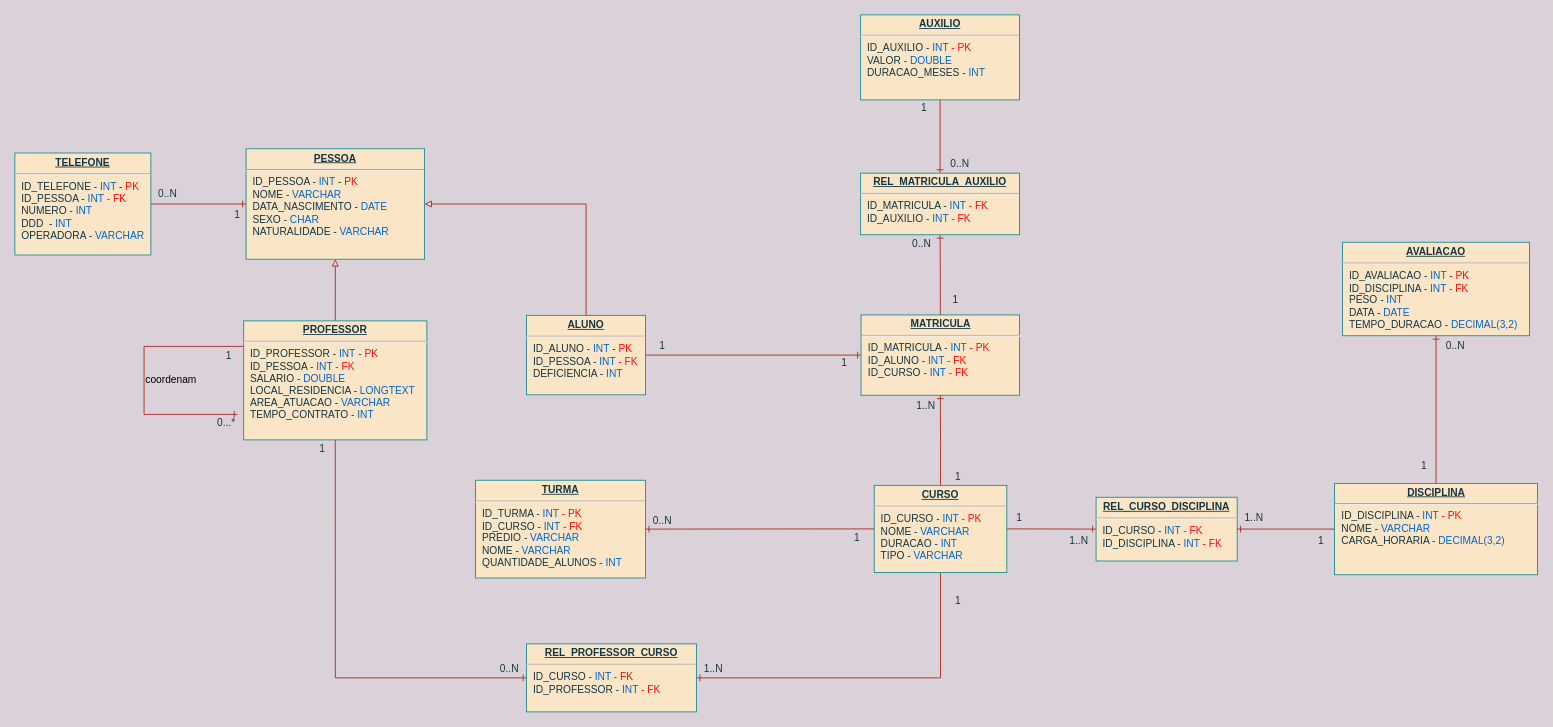
Above: modelagemUniversidade.drawio in maxbarboz/modelagemUniversidade (draw.io), before the change. Source tidied: cells renumbered, new cells numbered last; positions are measured from the earlier drawing's top-left corner, leaving out a move shared by most shapes. Both pictures are drawn from the tidied source at 85%, with x=0, y=0 at pixel (14, 14).
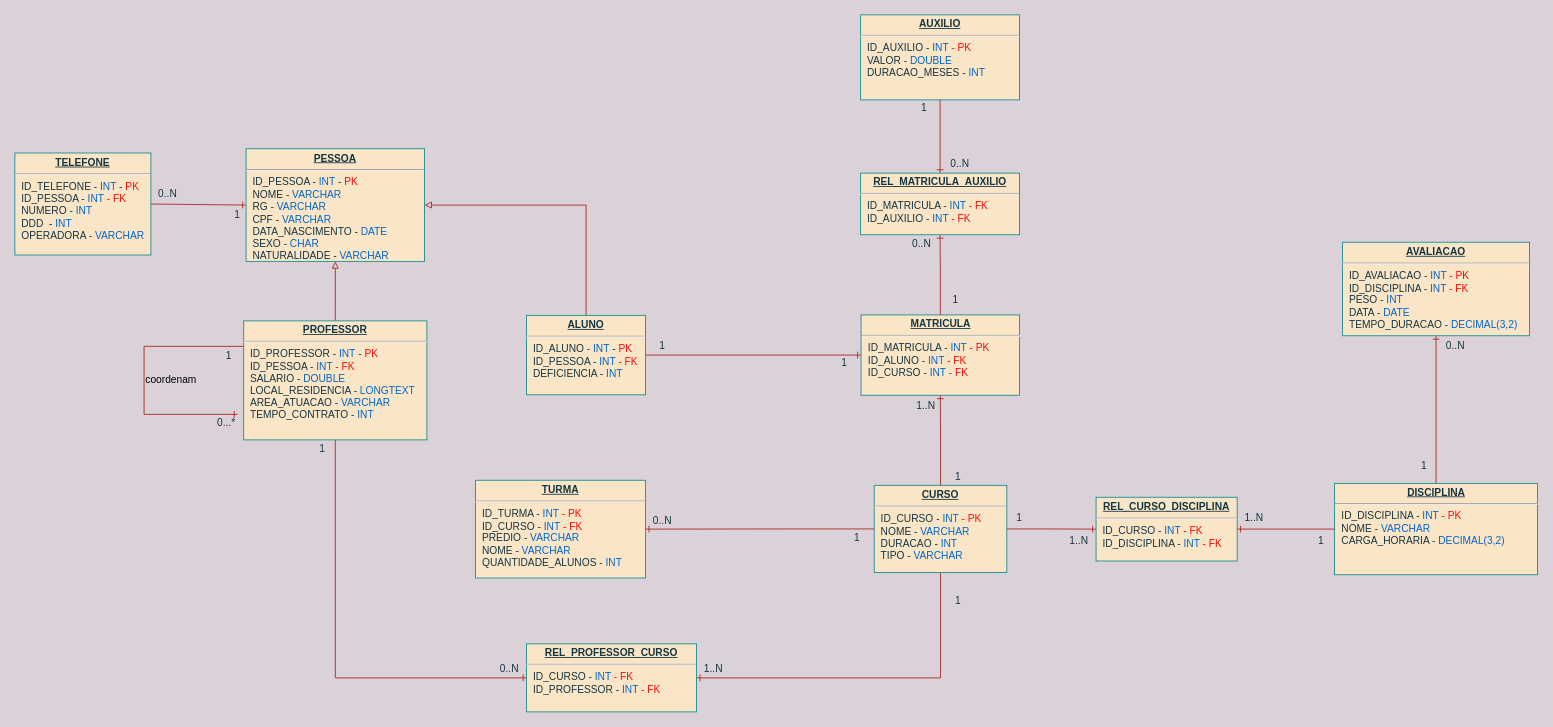
The same page after the edit.

Diff of the diagram source:
```diff
@@
-    <mxCell id="15" value="&lt;p style=&quot;margin: 0px ; margin-top: 4px ; text-align: center ; text-decoration: underline&quot;&gt;&lt;b&gt;PESSOA&lt;/b&gt;&lt;/p&gt;&lt;hr&gt;&lt;p style=&quot;margin: 0px ; margin-left: 8px&quot;&gt;ID_PESSOA - &lt;font color=&quot;#0066cc&quot;&gt;INT&lt;/font&gt;&lt;span&gt;&amp;nbsp;&lt;/span&gt;&lt;span&gt;-&lt;/span&gt;&lt;span&gt;&amp;nbsp;&lt;/span&gt;&lt;font color=&quot;#ff0808&quot;&gt;PK&lt;/font&gt;&lt;/p&gt;&lt;p style=&quot;margin: 0px ; margin-left: 8px&quot;&gt;NOME - &lt;font color=&quot;#0066cc&quot;&gt;VARCHAR&lt;/font&gt;&lt;/p&gt;&lt;p style=&quot;margin: 0px ; margin-left: 8px&quot;&gt;DATA_NASCIMENTO - &lt;font color=&quot;#0066cc&quot;&gt;DATE&lt;/font&gt;&lt;/p&gt;&lt;p style=&quot;margin: 0px ; margin-left: 8px&quot;&gt;SEXO - &lt;font color=&quot;#0066cc&quot;&gt;CHAR&lt;/font&gt;&lt;/p&gt;&lt;p style=&quot;margin: 0px ; margin-left: 8px&quot;&gt;NATURALIDADE - &lt;font color=&quot;#0066cc&quot;&gt;VARCHAR&lt;/font&gt;&lt;/p&gt;&lt;p style=&quot;margin: 0px ; margin-left: 8px&quot;&gt;&lt;br&gt;&lt;/p&gt;" style="verticalAlign=top;align=left;overflow=fill;fontSize=12;fontFamily=Helvetica;html=1;rounded=0;shadow=0;comic=0;labelBackgroundColor=none;strokeWidth=1;fillColor=#FAE5C7;strokeColor=#0F8B8D;fontColor=#143642;" parent="1" vertex="1">
-      <mxGeometry x="272" y="157.5" width="210" height="130" as="geometry" />
+    <mxCell id="15" value="&lt;p style=&quot;margin: 0px ; margin-top: 4px ; text-align: center ; text-decoration: underline&quot;&gt;&lt;b&gt;PESSOA&lt;/b&gt;&lt;/p&gt;&lt;hr&gt;&lt;p style=&quot;margin: 0px ; margin-left: 8px&quot;&gt;&lt;span&gt;ID_PESSOA - &lt;/span&gt;&lt;font color=&quot;#0066cc&quot;&gt;INT&lt;/font&gt;&lt;span&gt;&amp;nbsp;&lt;/span&gt;&lt;span&gt;-&lt;/span&gt;&lt;span&gt;&amp;nbsp;&lt;/span&gt;&lt;font color=&quot;#ff0808&quot;&gt;PK&lt;/font&gt;&lt;br&gt;&lt;/p&gt;&lt;p style=&quot;margin: 0px ; margin-left: 8px&quot;&gt;NOME - &lt;font color=&quot;#0066cc&quot;&gt;VARCHAR&lt;/font&gt;&lt;/p&gt;&lt;p style=&quot;margin: 0px 0px 0px 8px&quot;&gt;RG - &lt;font color=&quot;#0066cc&quot;&gt;VARCHAR&lt;/font&gt;&lt;/p&gt;&lt;p style=&quot;margin: 0px 0px 0px 8px&quot;&gt;CPF - &lt;font color=&quot;#0066cc&quot;&gt;VARCHAR&lt;/font&gt;&lt;/p&gt;&lt;p style=&quot;margin: 0px ; margin-left: 8px&quot;&gt;DATA_NASCIMENTO - &lt;font color=&quot;#0066cc&quot;&gt;DATE&lt;/font&gt;&lt;/p&gt;&lt;p style=&quot;margin: 0px ; margin-left: 8px&quot;&gt;SEXO - &lt;font color=&quot;#0066cc&quot;&gt;CHAR&lt;/font&gt;&lt;/p&gt;&lt;p style=&quot;margin: 0px ; margin-left: 8px&quot;&gt;NATURALIDADE - &lt;font color=&quot;#0066cc&quot;&gt;VARCHAR&lt;/font&gt;&lt;/p&gt;&lt;p style=&quot;margin: 0px ; margin-left: 8px&quot;&gt;&lt;br&gt;&lt;/p&gt;" style="verticalAlign=top;align=left;overflow=fill;fontSize=12;fontFamily=Helvetica;html=1;rounded=0;shadow=0;comic=0;labelBackgroundColor=none;strokeWidth=1;fillColor=#FAE5C7;strokeColor=#0F8B8D;fontColor=#143642;" parent="1" vertex="1">
+      <mxGeometry x="272" y="157.5" width="210" height="132.5" as="geometry" />
     </mxCell>
```
